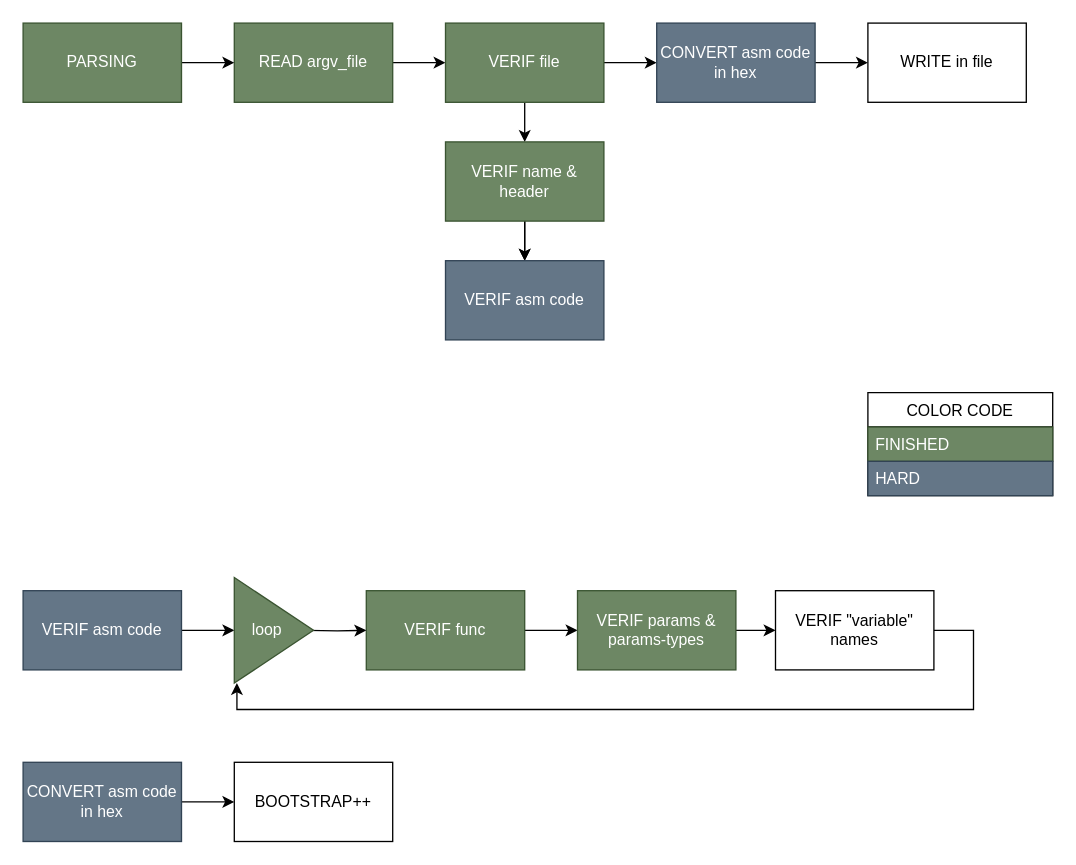
This is archi/archi_asm.drawio from PierreMauger/Corewar, a draw.io file, before an edit. Source tidied: cells renumbered, new cells numbered last; positions are measured from the earlier drawing's top-left corner, leaving out a move shared by most shapes. Both pictures are drawn from the tidied source at 132%, with x=0, y=0 at pixel (22, 22).
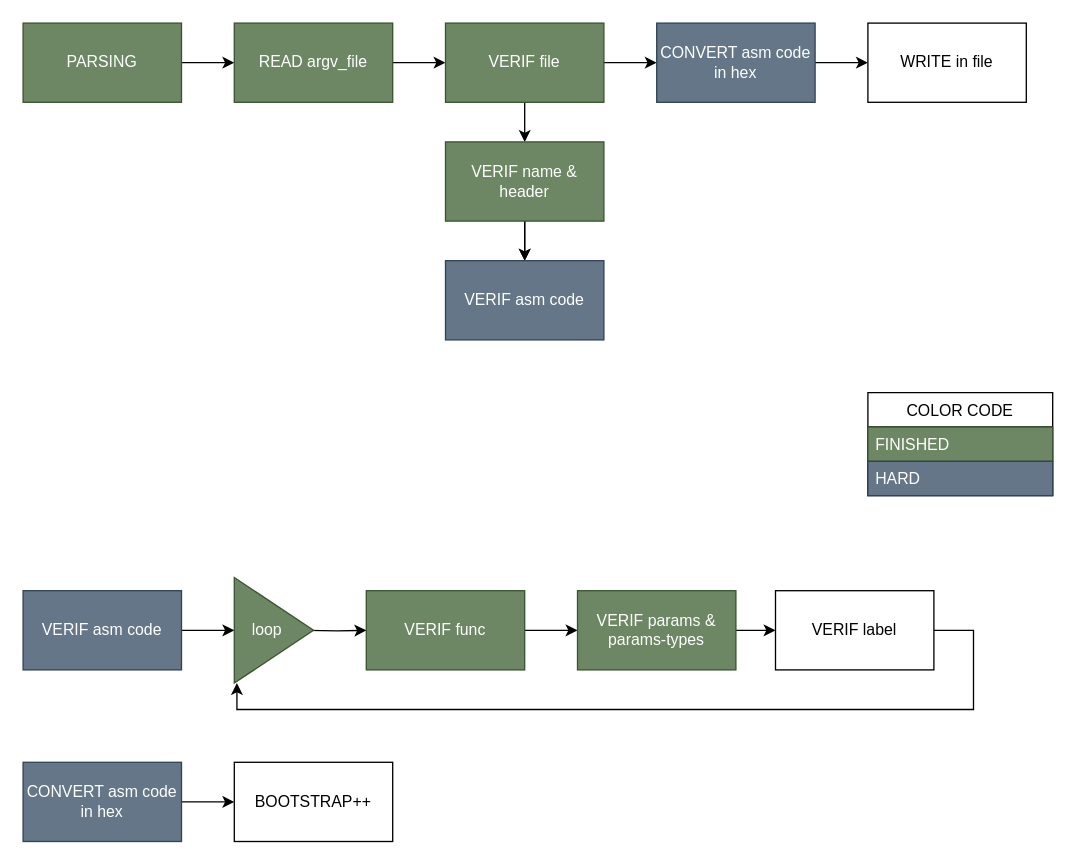
The same page after the edit.

Commit message (it also covers changes not shown here):
FEAT: label verification and champion folder

Change to the diagram source:
```diff
@@
-    <mxCell id="31" value="VERIF &quot;variable&quot; names" style="rounded=0;whiteSpace=wrap;html=1;" parent="1" vertex="1">
+    <mxCell id="31" value="VERIF label" style="rounded=0;whiteSpace=wrap;html=1;" parent="1" vertex="1">
       <mxGeometry x="570" y="430" width="120" height="60" as="geometry" />
     </mxCell>
```
